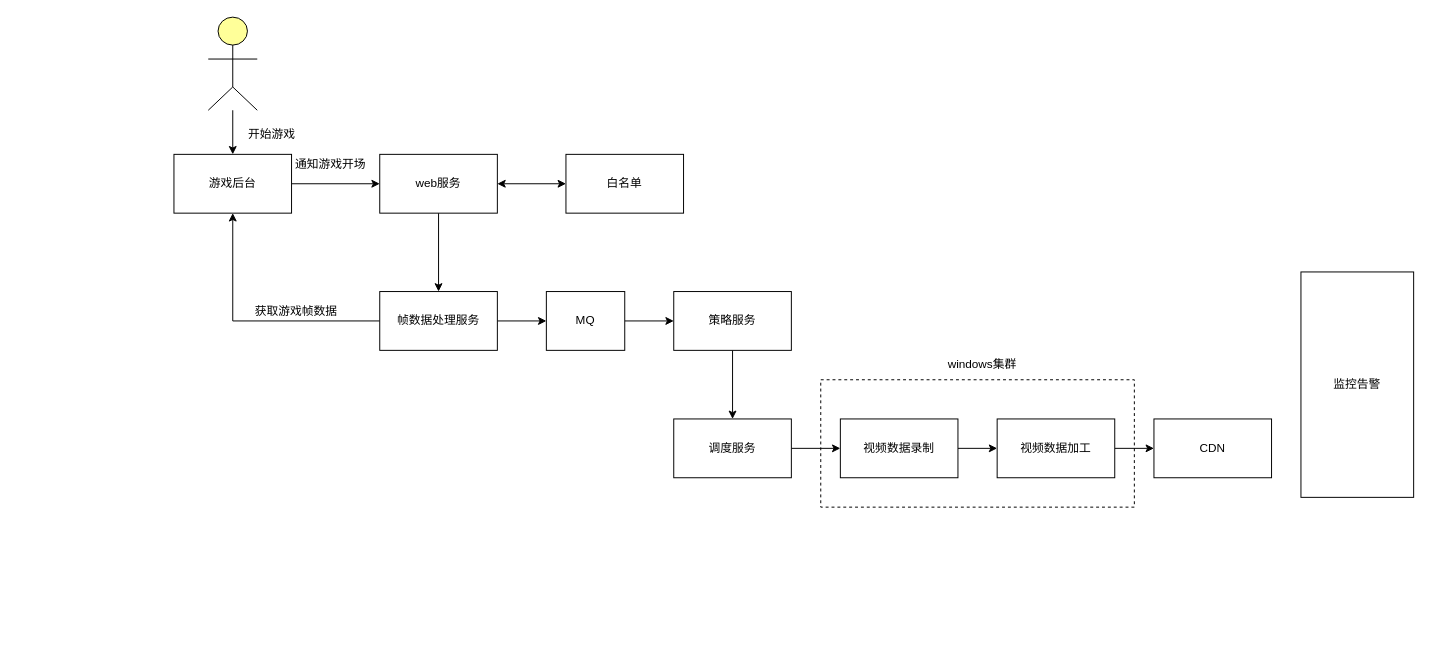
stevensafin/stevensafin.github.io keeps this draw.io diagram as Graph/游戏视频.drawio. Above is the earlier version. Source tidied: cells renumbered, new cells numbered last; positions are measured from the earlier drawing's top-left corner, leaving out a move shared by most shapes. Both pictures are drawn from the tidied source at 98%, with x=0, y=0 at pixel (173, 17).
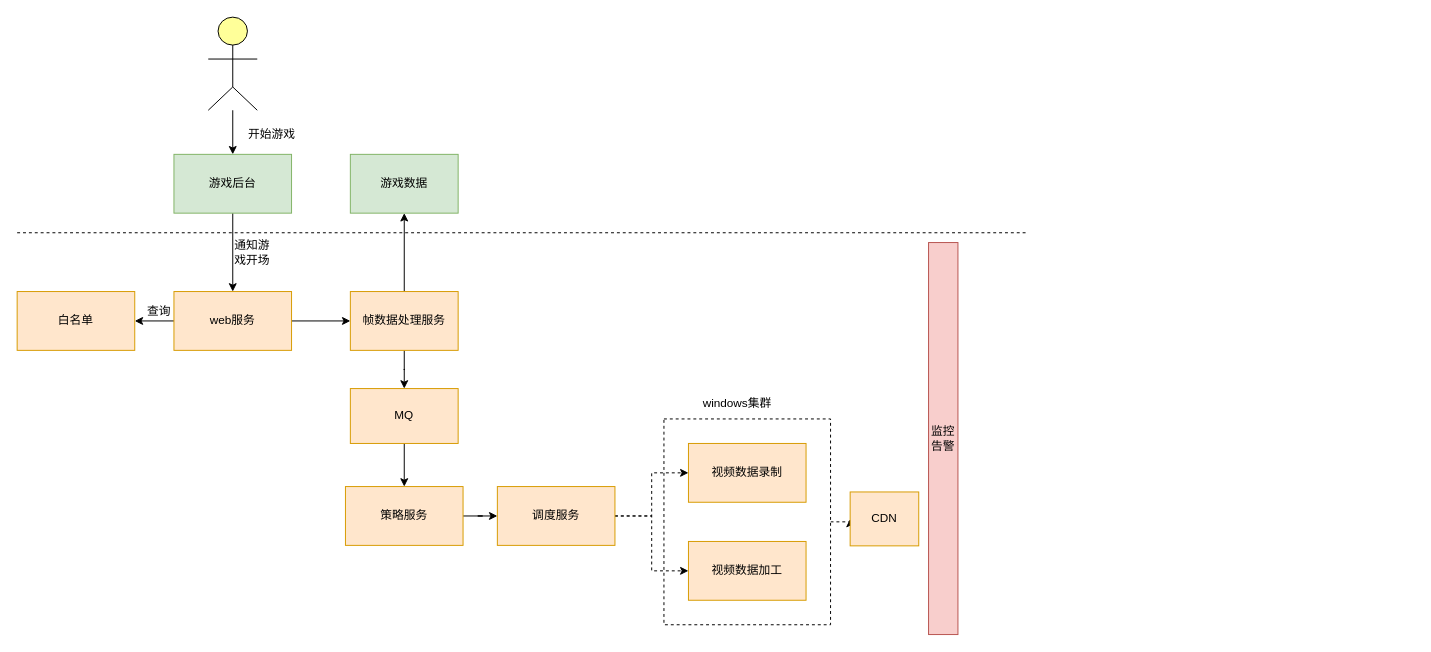
After the change.

Change to the diagram source:
```diff
@@
-    <mxCell id="2" style="rounded=0;whiteSpace=wrap;html=1;dashed=1;" parent="1" vertex="1">
-      <mxGeometry x="660" y="370" width="320" height="130" as="geometry" />
-    </mxCell>
+    <mxCell id="33" style="edgeStyle=orthogonalEdgeStyle;rounded=0;jettySize=auto;html=1;dashed=1;strokeColor=#000000;" parent="1" edge="1" source="34" target="21">
+      <mxGeometry relative="1" as="geometry" />
+    </mxCell>
+    <mxCell id="34" style="rounded=0;whiteSpace=wrap;html=1;dashed=1;" parent="1" vertex="1">
+      <mxGeometry x="500" y="410" width="170" height="210" as="geometry" />
+    </mxCell>
@@
-    <mxCell id="8" style="edgeStyle=orthogonalEdgeStyle;rounded=0;jettySize=auto;html=1;entryX=0.5;entryY=1;entryDx=0;entryDy=0;strokeColor=#000000;" parent="1" edge="1" source="10" target="12">
-      <mxGeometry relative="1" as="geometry" />
-    </mxCell>
@@
+    <mxCell id="35" style="edgeStyle=orthogonalEdgeStyle;rounded=0;jettySize=auto;html=1;strokeColor=#000000;" parent="1" edge="1" source="10" target="39">
+      <mxGeometry relative="1" as="geometry" />
+    </mxCell>
-    <mxCell id="10" value="帧数据处理服务" style="rounded=0;whiteSpace=wrap;html=1;" parent="1" vertex="1">
-      <mxGeometry x="210" y="280" width="120" height="60" as="geometry" />
+    <mxCell id="10" value="帧数据处理服务" style="rounded=0;whiteSpace=wrap;html=1;fillColor=#ffe6cc;strokeColor=#d79b00;" parent="1" vertex="1">
+      <mxGeometry x="180" y="280" width="110" height="60" as="geometry" />
     </mxCell>
-    <mxCell id="11" style="edgeStyle=orthogonalEdgeStyle;rounded=0;jettySize=auto;html=1;" parent="1" edge="1" source="12" target="24">
+    <mxCell id="11" style="edgeStyle=orthogonalEdgeStyle;rounded=0;jettySize=auto;html=1;exitX=0.5;exitY=1;exitDx=0;exitDy=0;entryX=0.5;entryY=0;entryDx=0;entryDy=0;strokeColor=#000000;" parent="1" edge="1" source="12" target="24">
       <mxGeometry relative="1" as="geometry" />
     </mxCell>
-    <mxCell id="12" value="游戏后台" style="rounded=0;whiteSpace=wrap;html=1;" parent="1" vertex="1">
+    <mxCell id="12" value="游戏后台" style="rounded=0;whiteSpace=wrap;html=1;fillColor=#d5e8d4;strokeColor=#82b366;" parent="1" vertex="1">
       <mxGeometry y="140" width="120" height="60" as="geometry" />
     </mxCell>
@@
-    <mxCell id="14" value="MQ" style="rounded=0;whiteSpace=wrap;html=1;" parent="1" vertex="1">
-      <mxGeometry x="380" y="280" width="80" height="60" as="geometry" />
+    <mxCell id="14" value="MQ" style="rounded=0;whiteSpace=wrap;html=1;fillColor=#ffe6cc;strokeColor=#d79b00;" parent="1" vertex="1">
+      <mxGeometry x="180" y="379" width="110" height="56" as="geometry" />
     </mxCell>
-    <mxCell id="15" style="edgeStyle=orthogonalEdgeStyle;rounded=0;jettySize=auto;html=1;strokeColor=#000000;" parent="1" edge="1" source="16" target="18">
-      <mxGeometry relative="1" as="geometry" />
-    </mxCell>
-    <mxCell id="16" value="视频数据录制" style="rounded=0;whiteSpace=wrap;html=1;" parent="1" vertex="1">
-      <mxGeometry x="680" y="410" width="120" height="60" as="geometry" />
+    <mxCell id="16" value="视频数据录制" style="rounded=0;whiteSpace=wrap;html=1;fillColor=#ffe6cc;strokeColor=#d79b00;" parent="1" vertex="1">
+      <mxGeometry x="525" y="435" width="120" height="60" as="geometry" />
     </mxCell>
-    <mxCell id="17" style="edgeStyle=orthogonalEdgeStyle;rounded=0;jettySize=auto;html=1;strokeColor=#000000;" parent="1" edge="1" source="18" target="21">
-      <mxGeometry relative="1" as="geometry" />
-    </mxCell>
-    <mxCell id="18" value="视频数据加工" style="rounded=0;whiteSpace=wrap;html=1;" parent="1" vertex="1">
-      <mxGeometry x="840" y="410" width="120" height="60" as="geometry" />
+    <mxCell id="18" value="视频数据加工" style="rounded=0;whiteSpace=wrap;html=1;fillColor=#ffe6cc;strokeColor=#d79b00;" parent="1" vertex="1">
+      <mxGeometry x="525" y="535" width="120" height="60" as="geometry" />
     </mxCell>
-    <mxCell id="19" style="edgeStyle=orthogonalEdgeStyle;rounded=0;jettySize=auto;html=1;strokeColor=#000000;" parent="1" edge="1" source="20" target="16">
+    <mxCell id="19" style="edgeStyle=orthogonalEdgeStyle;rounded=0;jettySize=auto;html=1;entryX=0;entryY=0.5;entryDx=0;entryDy=0;dashed=1;strokeColor=#000000;" parent="1" edge="1" source="20" target="16">
       <mxGeometry relative="1" as="geometry" />
     </mxCell>
+    <mxCell id="36" style="edgeStyle=orthogonalEdgeStyle;rounded=0;jettySize=auto;html=1;exitX=1;exitY=0.5;exitDx=0;exitDy=0;entryX=0;entryY=0.5;entryDx=0;entryDy=0;dashed=1;strokeColor=#000000;" parent="1" edge="1" source="20" target="18">
+      <mxGeometry relative="1" as="geometry" />
+    </mxCell>
-    <mxCell id="20" value="调度服务" style="rounded=0;whiteSpace=wrap;html=1;" parent="1" vertex="1">
-      <mxGeometry x="510" y="410" width="120" height="60" as="geometry" />
+    <mxCell id="20" value="调度服务" style="rounded=0;whiteSpace=wrap;html=1;fillColor=#ffe6cc;strokeColor=#d79b00;" parent="1" vertex="1">
+      <mxGeometry x="330" y="479" width="120" height="60" as="geometry" />
     </mxCell>
-    <mxCell id="21" value="CDN" style="rounded=0;whiteSpace=wrap;html=1;" parent="1" vertex="1">
-      <mxGeometry x="1000" y="410" width="120" height="60" as="geometry" />
+    <mxCell id="21" value="CDN" style="rounded=0;whiteSpace=wrap;html=1;fillColor=#ffe6cc;strokeColor=#d79b00;" parent="1" vertex="1">
+      <mxGeometry x="690" y="484.5" width="70" height="55" as="geometry" />
     </mxCell>
-    <mxCell id="22" value="监控告警" style="rounded=0;whiteSpace=wrap;html=1;" parent="1" vertex="1">
-      <mxGeometry x="1150" y="260" width="115" height="230" as="geometry" />
+    <mxCell id="22" value="监控告警" style="rounded=0;whiteSpace=wrap;html=1;fillColor=#f8cecc;strokeColor=#b85450;" parent="1" vertex="1">
+      <mxGeometry x="770" y="230" width="30" height="400" as="geometry" />
     </mxCell>
@@
+    <mxCell id="37" style="edgeStyle=orthogonalEdgeStyle;rounded=0;jettySize=auto;html=1;strokeColor=#000000;" parent="1" edge="1" source="24" target="25">
+      <mxGeometry relative="1" as="geometry" />
+    </mxCell>
-    <mxCell id="24" value="web服务" style="rounded=0;whiteSpace=wrap;html=1;" parent="1" vertex="1">
-      <mxGeometry x="210" y="140" width="120" height="60" as="geometry" />
+    <mxCell id="24" value="web服务" style="rounded=0;whiteSpace=wrap;html=1;fillColor=#ffe6cc;strokeColor=#d79b00;" parent="1" vertex="1">
+      <mxGeometry y="280" width="120" height="60" as="geometry" />
     </mxCell>
-    <mxCell id="25" value="白名单" style="rounded=0;whiteSpace=wrap;html=1;" parent="1" vertex="1">
-      <mxGeometry x="400" y="140" width="120" height="60" as="geometry" />
+    <mxCell id="25" value="白名单" style="rounded=0;whiteSpace=wrap;html=1;fillColor=#ffe6cc;strokeColor=#d79b00;" parent="1" vertex="1">
+      <mxGeometry x="-160" y="280" width="120" height="60" as="geometry" />
     </mxCell>
-    <mxCell id="26" style="endArrow=classic;startArrow=classic;html=1;strokeColor=#000000;entryX=0;entryY=0.5;entryDx=0;entryDy=0;" parent="1" edge="1" target="25">
-      <mxGeometry relative="1" as="geometry">
-        <mxPoint x="330" y="170" as="sourcePoint" />
-      </mxGeometry>
-    </mxCell>
@@
-    <mxCell id="28" value="策略服务" style="rounded=0;whiteSpace=wrap;html=1;" parent="1" vertex="1">
-      <mxGeometry x="510" y="280" width="120" height="60" as="geometry" />
+    <mxCell id="28" value="策略服务" style="rounded=0;whiteSpace=wrap;html=1;fillColor=#ffe6cc;strokeColor=#d79b00;" parent="1" vertex="1">
+      <mxGeometry x="175" y="479" width="120" height="60" as="geometry" />
     </mxCell>
@@
     <mxCell id="30" value="通知游戏开场" style="text;html=1;strokeColor=none;fillColor=none;align=center;verticalAlign=middle;whiteSpace=wrap;rounded=0;" parent="1" vertex="1">
-      <mxGeometry x="120" y="140" width="80" height="20" as="geometry" />
+      <mxGeometry x="60" y="220" width="40" height="40" as="geometry" />
     </mxCell>
-    <mxCell id="31" value="获取游戏帧数据" style="text;html=1;strokeColor=none;fillColor=none;align=center;verticalAlign=middle;whiteSpace=wrap;rounded=0;" parent="1" vertex="1">
-      <mxGeometry x="80" y="290" width="90" height="20" as="geometry" />
-    </mxCell>
     <mxCell id="32" value="windows集群" style="text;html=1;strokeColor=none;fillColor=none;align=center;verticalAlign=middle;whiteSpace=wrap;rounded=0;dashed=1;" parent="1" vertex="1">
-      <mxGeometry x="780" y="350" width="90" height="10" as="geometry" />
+      <mxGeometry x="530" y="389" width="90" height="10" as="geometry" />
     </mxCell>
+    <mxCell id="38" value="查询" style="text;html=1;strokeColor=none;fillColor=none;align=center;verticalAlign=middle;whiteSpace=wrap;rounded=0;" parent="1" vertex="1">
+      <mxGeometry x="-60" y="290" width="90" height="20" as="geometry" />
+    </mxCell>
+    <mxCell id="39" value="游戏数据" style="rounded=0;whiteSpace=wrap;html=1;fillColor=#d5e8d4;strokeColor=#82b366;" parent="1" vertex="1">
+      <mxGeometry x="180" y="140" width="110" height="60" as="geometry" />
+    </mxCell>
+    <mxCell id="40" style="endArrow=none;html=1;strokeColor=#000000;dashed=1;" parent="1" edge="1">
+      <mxGeometry relative="1" as="geometry">
+        <mxPoint x="-160" y="220" as="sourcePoint" />
+        <mxPoint x="870" y="220" as="targetPoint" />
+      </mxGeometry>
+    </mxCell>
```
